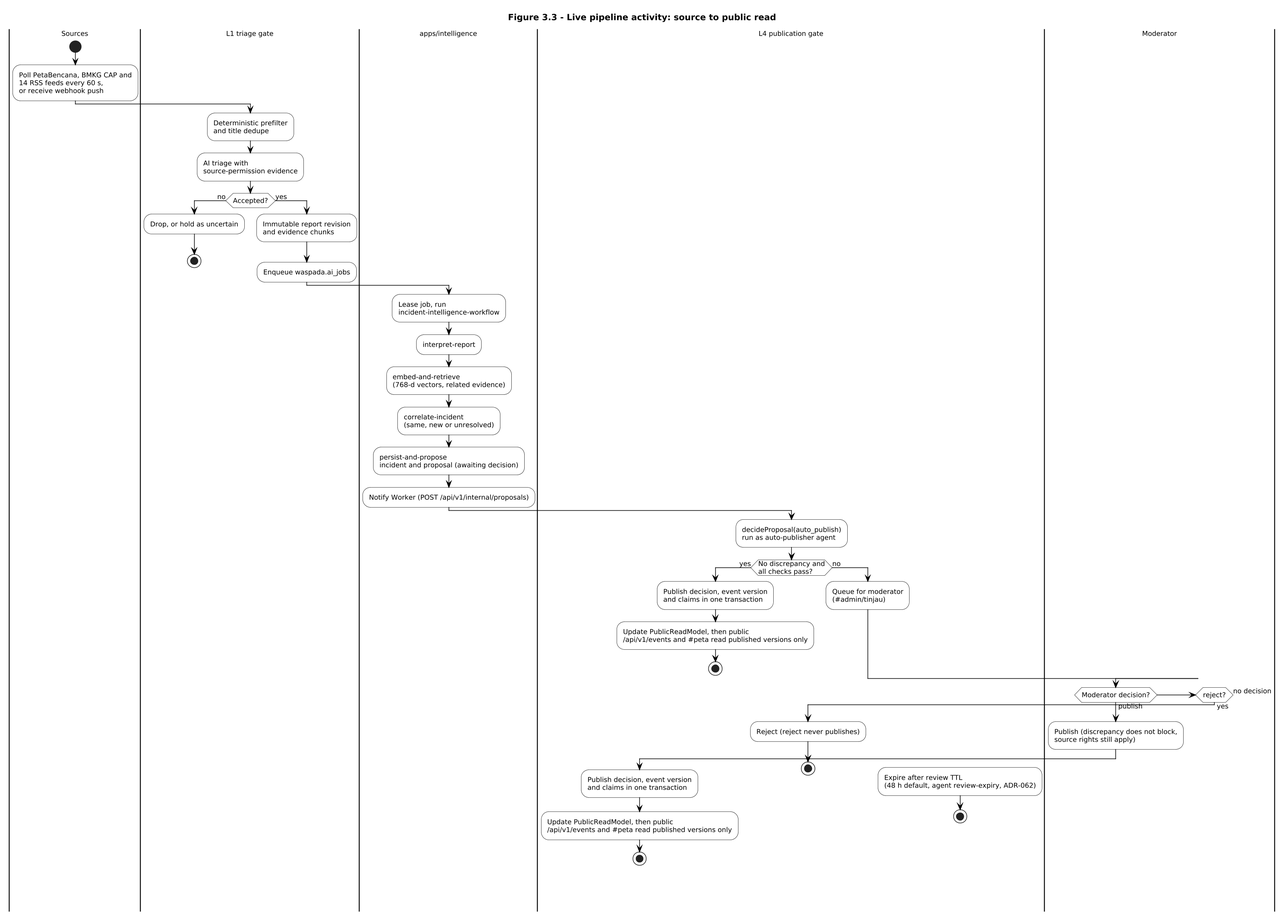
This is docs/report/diagrams/rendered/fig-3-3-activity.png from Asassinoooo/Waspada-Jakarta, a PlantUML export, as it was before one commit. Its diagram source:
```plantuml
@startuml fig-3-3-activity
!pragma layout smetana
skinparam dpi 150
skinparam monochrome true
skinparam shadowing false
skinparam defaultFontName Arial
skinparam defaultFontSize 11
skinparam activity {
  BackgroundColor white
  BorderColor black
  DiamondBackgroundColor white
  DiamondBorderColor black
}
skinparam ArrowColor black

title Figure 3.3 - Live pipeline activity: source to public read

|Sources|
start
:Poll PetaBencana, BMKG CAP and\n14 RSS feeds every 60 s,\nor receive webhook push;

|L1 triage gate|
:Deterministic prefilter\nand title dedupe;
:AI triage with\nsource-permission evidence;
if (Accepted?) then (no)
  :Drop, or hold as uncertain;
  stop
else (yes)
  :Immutable report revision\nand evidence chunks;
  :Enqueue waspada.ai_jobs;
endif

|apps/intelligence|
:Lease job, run\nincident-intelligence-workflow;
:interpret-report;
:embed-and-retrieve\n(768-d vectors, related evidence);
:correlate-incident\n(same, new or unresolved);
:persist-and-propose\nincident and proposal (awaiting decision);
:Notify Worker (POST /api/v1/internal/proposals);

|L4 publication gate|
:decideProposal(auto_publish)\nrun as auto-publisher agent;
if (No discrepancy and\nall checks pass?) then (yes)
  :Publish decision, event version\nand claims in one transaction;
  :Update PublicReadModel, then public\n/api/v1/events and #peta read published versions only;
  stop
else (no)
  :Queue for moderator\n(#admin/tinjau);
endif

|Moderator|
if (Moderator decision?) then (publish)
  :Publish (discrepancy does not block,\nsource rights still apply);
  |L4 publication gate|
  :Publish decision, event version\nand claims in one transaction;
  :Update PublicReadModel, then public\n/api/v1/events and #peta read published versions only;
  stop
elseif (reject?) then (yes)
  :Reject (reject never publishes);
  stop
else (no decision)
  |L4 publication gate|
  :Expire after review TTL\n(48 h default, agent review-expiry, ADR-062);
  stop
endif

@enduml
```
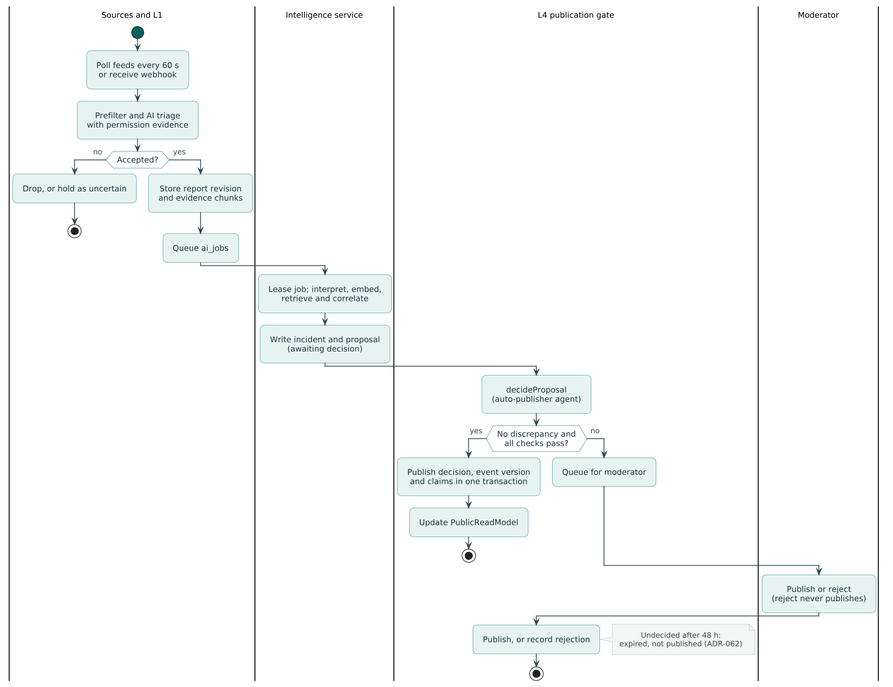
After the commit.

Change to the diagram source:
```diff
@@ -1,67 +1,39 @@
 @startuml fig-3-3-activity
-!pragma layout smetana
-skinparam dpi 150
-skinparam monochrome true
-skinparam shadowing false
-skinparam defaultFontName Arial
-skinparam defaultFontSize 11
-skinparam activity {
-  BackgroundColor white
-  BorderColor black
-  DiamondBackgroundColor white
-  DiamondBorderColor black
-}
-skinparam ArrowColor black
+!include theme/waspada-report.theme.puml
 
-title Figure 3.3 - Live pipeline activity: source to public read
-
-|Sources|
+|Sources and L1|
 start
-:Poll PetaBencana, BMKG CAP and\n14 RSS feeds every 60 s,\nor receive webhook push;
-
-|L1 triage gate|
-:Deterministic prefilter\nand title dedupe;
-:AI triage with\nsource-permission evidence;
+:Poll feeds every 60 s\nor receive webhook;
+:Prefilter and AI triage\nwith permission evidence;
 if (Accepted?) then (no)
   :Drop, or hold as uncertain;
   stop
 else (yes)
-  :Immutable report revision\nand evidence chunks;
-  :Enqueue waspada.ai_jobs;
+  :Store report revision\nand evidence chunks;
+  :Queue ai_jobs;
 endif
 
-|apps/intelligence|
-:Lease job, run\nincident-intelligence-workflow;
-:interpret-report;
-:embed-and-retrieve\n(768-d vectors, related evidence);
-:correlate-incident\n(same, new or unresolved);
-:persist-and-propose\nincident and proposal (awaiting decision);
-:Notify Worker (POST /api/v1/internal/proposals);
+|Intelligence service|
+:Lease job; interpret, embed,\nretrieve and correlate;
+:Write incident and proposal\n(awaiting decision);
 
 |L4 publication gate|
-:decideProposal(auto_publish)\nrun as auto-publisher agent;
+:decideProposal\n(auto-publisher agent);
 if (No discrepancy and\nall checks pass?) then (yes)
   :Publish decision, event version\nand claims in one transaction;
-  :Update PublicReadModel, then public\n/api/v1/events and #peta read published versions only;
+  :Update PublicReadModel;
   stop
 else (no)
-  :Queue for moderator\n(#admin/tinjau);
+  :Queue for moderator;
 endif
 
 |Moderator|
-if (Moderator decision?) then (publish)
-  :Publish (discrepancy does not block,\nsource rights still apply);
-  |L4 publication gate|
-  :Publish decision, event version\nand claims in one transaction;
-  :Update PublicReadModel, then public\n/api/v1/events and #peta read published versions only;
-  stop
-elseif (reject?) then (yes)
-  :Reject (reject never publishes);
-  stop
-else (no decision)
-  |L4 publication gate|
-  :Expire after review TTL\n(48 h default, agent review-expiry, ADR-062);
-  stop
-endif
-
+:Publish or reject\n(reject never publishes);
+|L4 publication gate|
+:Publish, or record rejection;
+note right
+  Undecided after 48 h:
+  expired, not published (ADR-062)
+end note
+stop
 @enduml
```
